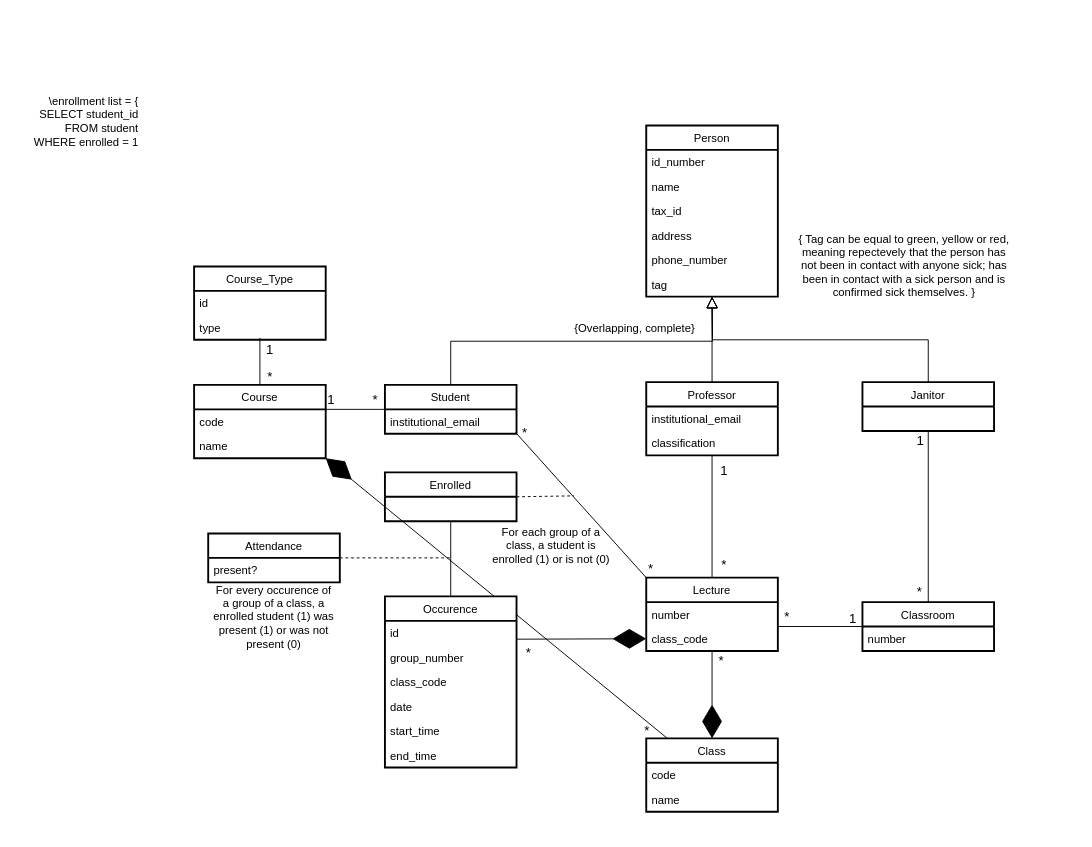
This is uml.drawio from maguinago/Covid-tracker, a draw.io file, before an edit. Source tidied: cells renumbered, new cells numbered last; positions are measured from the earlier drawing's top-left corner, leaving out a move shared by most shapes. Both pictures are drawn from the tidied source at 94%, with x=0, y=0 at pixel (16, 80).
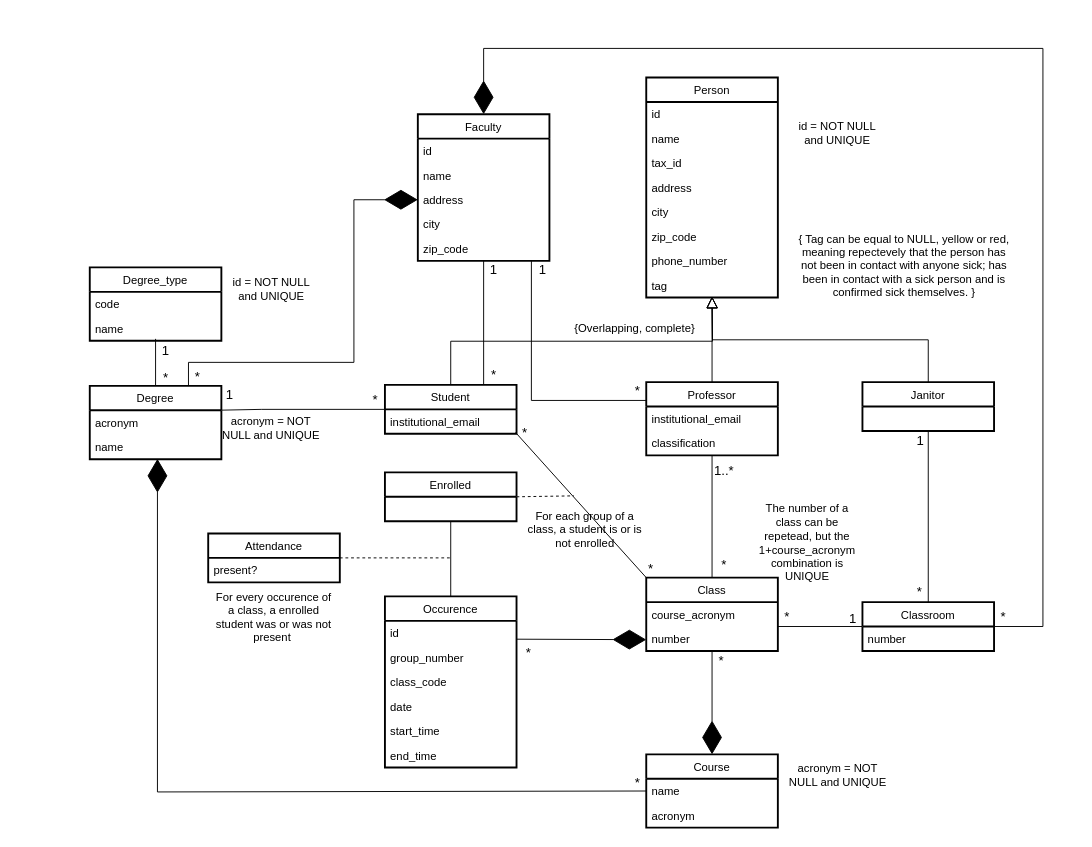
Above is the later version.

Change to the diagram source:
```diff
@@
-    <mxCell id="2" style="edgeStyle=none;rounded=0;jettySize=auto;html=1;exitX=1;exitY=1;exitDx=0;exitDy=0;endArrow=none;endFill=0;endSize=33;startArrow=diamondThin;startFill=1;startSize=33;" parent="1" edge="1" source="64" target="21">
-      <mxGeometry relative="1" as="geometry" />
+    <mxCell id="2" style="edgeStyle=orthogonalEdgeStyle;rounded=0;jettySize=auto;html=1;exitX=0.506;exitY=1.015;exitDx=0;exitDy=0;endArrow=none;endFill=0;endSize=33;startArrow=diamondThin;startFill=1;startSize=33;exitPerimeter=0;entryX=0;entryY=0.5;entryDx=0;entryDy=0;" parent="1" edge="1" target="23">
+      <mxGeometry relative="1" as="geometry">
+        <mxPoint x="150" y="402.7" as="sourcePoint" />
+        <Array as="points">
+          <mxPoint x="150" y="757" />
+          <mxPoint x="670" y="757" />
+        </Array>
+      </mxGeometry>
     </mxCell>
@@
-    <mxCell id="5" value="Person" style="swimlane;fontStyle=0;horizontal=1;startSize=26;strokeWidth=2;" parent="1" vertex="1">
-      <mxGeometry x="670" y="48" width="140" height="182" as="geometry" />
+    <mxCell id="5" value="Person" style="swimlane;fontStyle=0;horizontal=1;startSize=26;strokeWidth=2;swimlaneFillColor=#ffffff;" parent="1" vertex="1">
+      <mxGeometry x="670" y="-3" width="140" height="234" as="geometry" />
     </mxCell>
-    <mxCell id="6" value="id_number" style="text;align=left;verticalAlign=top;spacingLeft=4;spacingRight=4;overflow=hidden;" parent="5" vertex="1">
+    <mxCell id="6" value="id" style="text;align=left;verticalAlign=top;spacingLeft=4;spacingRight=4;overflow=hidden;" parent="5" vertex="1">
       <mxGeometry y="26" width="140" height="26" as="geometry" />
     </mxCell>
@@
+    <mxCell id="74" value="city" style="text;align=left;verticalAlign=top;spacingLeft=4;spacingRight=4;overflow=hidden;" parent="5" vertex="1">
+      <mxGeometry y="130" width="140" height="26" as="geometry" />
+    </mxCell>
+    <mxCell id="75" value="zip_code" style="text;align=left;verticalAlign=top;spacingLeft=4;spacingRight=4;overflow=hidden;" parent="5" vertex="1">
+      <mxGeometry y="156" width="140" height="26" as="geometry" />
+    </mxCell>
     <mxCell id="10" value="phone_number" style="text;align=left;verticalAlign=top;spacingLeft=4;spacingRight=4;overflow=hidden;" parent="5" vertex="1">
-      <mxGeometry y="130" width="140" height="26" as="geometry" />
+      <mxGeometry y="182" width="140" height="26" as="geometry" />
     </mxCell>
     <mxCell id="11" value="tag" style="text;align=left;verticalAlign=top;spacingLeft=4;spacingRight=4;overflow=hidden;" parent="5" vertex="1">
-      <mxGeometry y="156" width="140" height="26" as="geometry" />
+      <mxGeometry y="208" width="140" height="26" as="geometry" />
     </mxCell>
@@
-    <mxCell id="13" value="Student" style="swimlane;fontStyle=0;horizontal=1;startSize=26;strokeWidth=2;" parent="1" vertex="1">
+    <mxCell id="13" value="Student" style="swimlane;fontStyle=0;horizontal=1;startSize=26;strokeWidth=2;swimlaneFillColor=#ffffff;" parent="1" vertex="1">
       <mxGeometry x="392" y="324" width="140" height="52" as="geometry" />
     </mxCell>
@@
+    <mxCell id="76" style="edgeStyle=orthogonalEdgeStyle;rounded=0;jettySize=auto;html=1;exitX=0;exitY=0.25;exitDx=0;exitDy=0;entryX=0.863;entryY=0.972;entryDx=0;entryDy=0;entryPerimeter=0;endArrow=none;endFill=0;" parent="1" edge="1" source="17" target="87">
+      <mxGeometry relative="1" as="geometry" />
+    </mxCell>
-    <mxCell id="17" value="Professor" style="swimlane;fontStyle=0;horizontal=1;startSize=26;strokeWidth=2;" parent="1" vertex="1">
+    <mxCell id="17" value="Professor" style="swimlane;fontStyle=0;horizontal=1;startSize=26;strokeWidth=2;swimlaneFillColor=#ffffff;" parent="1" vertex="1">
       <mxGeometry x="670" y="321" width="140" height="78" as="geometry" />
     </mxCell>
@@
-    <mxCell id="20" value="Janitor" style="swimlane;fontStyle=0;horizontal=1;startSize=26;strokeWidth=2;" parent="1" vertex="1">
+    <mxCell id="20" value="Janitor" style="swimlane;fontStyle=0;horizontal=1;startSize=26;strokeWidth=2;swimlaneFillColor=#ffffff;" parent="1" vertex="1">
       <mxGeometry x="900" y="321" width="140" height="52" as="geometry" />
     </mxCell>
-    <mxCell id="21" value="Class" style="swimlane;fontStyle=0;horizontal=1;startSize=26;strokeWidth=2;" parent="1" vertex="1">
-      <mxGeometry x="670" y="700" width="140" height="78" as="geometry" />
+    <mxCell id="21" value="Course" style="swimlane;fontStyle=0;horizontal=1;startSize=26;strokeWidth=2;swimlaneFillColor=#ffffff;" parent="1" vertex="1">
+      <mxGeometry x="670" y="717" width="140" height="78" as="geometry" />
     </mxCell>
+    <mxCell id="23" value="name" style="text;align=left;verticalAlign=top;spacingLeft=4;spacingRight=4;overflow=hidden;points=[[0,0.5],[1,0.5]];portConstraint=eastwest;" parent="21" vertex="1">
+      <mxGeometry y="26" width="140" height="26" as="geometry" />
+    </mxCell>
-    <mxCell id="22" value="code" style="text;align=left;verticalAlign=top;spacingLeft=4;spacingRight=4;overflow=hidden;" parent="21" vertex="1">
-      <mxGeometry y="26" width="140" height="26" as="geometry" />
+    <mxCell id="22" value="acronym" style="text;align=left;verticalAlign=top;spacingLeft=4;spacingRight=4;overflow=hidden;" parent="21" vertex="1">
+      <mxGeometry y="52" width="140" height="26" as="geometry" />
     </mxCell>
-    <mxCell id="23" value="name" style="text;align=left;verticalAlign=top;spacingLeft=4;spacingRight=4;overflow=hidden;points=[[0,0.5],[1,0.5]];portConstraint=eastwest;" parent="21" vertex="1">
-      <mxGeometry y="52" width="140" height="26" as="geometry" />
-    </mxCell>
@@
-    <mxCell id="26" value="Lecture" style="swimlane;fontStyle=0;horizontal=1;startSize=26;strokeWidth=2;" parent="1" vertex="1">
+    <mxCell id="26" value="Class" style="swimlane;fontStyle=0;horizontal=1;startSize=26;strokeWidth=2;swimlaneFillColor=#ffffff;" parent="1" vertex="1">
       <mxGeometry x="670" y="529" width="140" height="78" as="geometry" />
     </mxCell>
+    <mxCell id="28" value="course_acronym" style="text;align=left;verticalAlign=top;spacingLeft=4;spacingRight=4;overflow=hidden;points=[[0,0.5],[1,0.5]];portConstraint=eastwest;" parent="26" vertex="1">
+      <mxGeometry y="26" width="140" height="26" as="geometry" />
+    </mxCell>
     <mxCell id="27" value="number" style="text;align=left;verticalAlign=top;spacingLeft=4;spacingRight=4;overflow=hidden;" parent="26" vertex="1">
-      <mxGeometry y="26" width="140" height="26" as="geometry" />
+      <mxGeometry y="52" width="140" height="26" as="geometry" />
     </mxCell>
-    <mxCell id="28" value="class_code" style="text;align=left;verticalAlign=top;spacingLeft=4;spacingRight=4;overflow=hidden;points=[[0,0.5],[1,0.5]];portConstraint=eastwest;" parent="26" vertex="1">
-      <mxGeometry y="52" width="140" height="26" as="geometry" />
-    </mxCell>
@@
-    <mxCell id="33" value="Classroom" style="swimlane;fontStyle=0;horizontal=1;startSize=26;strokeWidth=2;" parent="1" vertex="1">
+    <mxCell id="33" value="Classroom" style="swimlane;fontStyle=0;horizontal=1;startSize=26;strokeWidth=2;swimlaneFillColor=#ffffff;" parent="1" vertex="1">
       <mxGeometry x="900" y="555" width="140" height="52" as="geometry" />
     </mxCell>
@@
-    <mxCell id="40" style="edgeStyle=none;rounded=0;jettySize=auto;html=1;exitX=1;exitY=0.25;exitDx=0;exitDy=0;endArrow=diamondThin;endFill=1;fontSize=14;endSize=33;entryX=0;entryY=0.5;entryDx=0;entryDy=0;" parent="1" edge="1" source="41" target="28">
-      <mxGeometry relative="1" as="geometry" />
+    <mxCell id="40" style="edgeStyle=none;rounded=0;jettySize=auto;html=1;exitX=1;exitY=0.25;exitDx=0;exitDy=0;endArrow=diamondThin;endFill=1;fontSize=14;endSize=33;" parent="1" edge="1" source="41">
+      <mxGeometry relative="1" as="geometry">
+        <mxPoint x="670" y="595" as="targetPoint" />
+      </mxGeometry>
     </mxCell>
-    <mxCell id="41" value="Occurence" style="swimlane;fontStyle=0;horizontal=1;startSize=26;strokeWidth=2;" parent="1" vertex="1">
+    <mxCell id="41" value="Occurence" style="swimlane;fontStyle=0;horizontal=1;startSize=26;strokeWidth=2;swimlaneFillColor=#ffffff;" parent="1" vertex="1">
       <mxGeometry x="392" y="549" width="140" height="182" as="geometry" />
     </mxCell>
@@
-    <mxCell id="50" value="Attendance" style="swimlane;fontStyle=0;horizontal=1;startSize=26;strokeWidth=2;" parent="1" vertex="1">
+    <mxCell id="50" value="Attendance" style="swimlane;fontStyle=0;horizontal=1;startSize=26;strokeWidth=2;swimlaneFillColor=#ffffff;" parent="1" vertex="1">
       <mxGeometry x="204" y="482" width="140" height="52" as="geometry" />
     </mxCell>
@@
-    <mxCell id="52" value="{ Tag can be equal to green, yellow or red, meaning repectevely that the&amp;nbsp;person has not been in contact with anyone sick; has been in contact with a sick person and is confirmed sick themselves. }" style="text;html=1;strokeColor=none;fillColor=none;align=center;verticalAlign=middle;whiteSpace=wrap;rounded=0;" parent="1" vertex="1">
+    <mxCell id="52" value="{ Tag can be equal to NULL, yellow or red, meaning repectevely that the&amp;nbsp;person has not been in contact with anyone sick; has been in contact with a sick person and is confirmed sick themselves. }" style="text;html=1;strokeColor=none;fillColor=none;align=center;verticalAlign=middle;whiteSpace=wrap;rounded=0;" parent="1" vertex="1">
       <mxGeometry x="827" y="171" width="235" height="51" as="geometry" />
     </mxCell>
-    <mxCell id="53" value="For each group of a class, a student is enrolled (1) or is not (0)" style="text;html=1;strokeColor=none;fillColor=none;align=center;verticalAlign=middle;whiteSpace=wrap;rounded=0;" parent="1" vertex="1">
-      <mxGeometry x="503" y="469" width="132" height="51" as="geometry" />
+    <mxCell id="53" value="For each group of a class, a student is or is not enrolled" style="text;html=1;strokeColor=none;fillColor=none;align=center;verticalAlign=middle;whiteSpace=wrap;rounded=0;" parent="1" vertex="1">
+      <mxGeometry x="539" y="452" width="132" height="51" as="geometry" />
     </mxCell>
@@
-    <mxCell id="56" value="For every occurence of a group of a class, a enrolled student (1) was present (1) or was not present (0)" style="text;html=1;strokeColor=none;fillColor=none;align=center;verticalAlign=middle;whiteSpace=wrap;rounded=0;" parent="1" vertex="1">
+    <mxCell id="56" value="For every occurence of a class, a enrolled student was or was not present&amp;nbsp;" style="text;html=1;strokeColor=none;fillColor=none;align=center;verticalAlign=middle;whiteSpace=wrap;rounded=0;" parent="1" vertex="1">
       <mxGeometry x="208" y="545.5" width="132" height="51" as="geometry" />
     </mxCell>
-    <mxCell id="57" style="edgeStyle=orthogonalEdgeStyle;rounded=0;orthogonalLoop=1;jettySize=auto;html=1;endArrow=none;endFill=0;" parent="1" edge="1">
+    <mxCell id="57" style="edgeStyle=orthogonalEdgeStyle;rounded=0;jettySize=auto;html=1;endArrow=none;endFill=0;entryX=1.003;entryY=0.331;entryDx=0;entryDy=0;entryPerimeter=0;" parent="1" edge="1" target="64">
       <mxGeometry relative="1" as="geometry">
         <mxPoint x="392" y="350" as="sourcePoint" />
-        <mxPoint x="324" y="350" as="targetPoint" />
+        <Array as="points">
+          <mxPoint x="261" y="350" />
+        </Array>
       </mxGeometry>
     </mxCell>
-    <mxCell id="58" value="Course_Type" style="swimlane;fontStyle=0;horizontal=1;startSize=26;strokeWidth=2;" parent="1" vertex="1">
-      <mxGeometry x="189" y="198" width="140" height="78" as="geometry" />
+    <mxCell id="58" value="Degree_type" style="swimlane;fontStyle=0;horizontal=1;startSize=26;strokeWidth=2;swimlaneFillColor=#ffffff;" parent="1" vertex="1">
+      <mxGeometry x="78" y="199" width="140" height="78" as="geometry" />
     </mxCell>
-    <mxCell id="59" value="id" style="text;align=left;verticalAlign=top;spacingLeft=4;spacingRight=4;overflow=hidden;" parent="58" vertex="1">
+    <mxCell id="59" value="code" style="text;align=left;verticalAlign=top;spacingLeft=4;spacingRight=4;overflow=hidden;" parent="58" vertex="1">
       <mxGeometry y="26" width="140" height="26" as="geometry" />
     </mxCell>
-    <mxCell id="60" value="type" style="text;align=left;verticalAlign=top;spacingLeft=4;spacingRight=4;overflow=hidden;" parent="58" vertex="1">
+    <mxCell id="60" value="name" style="text;align=left;verticalAlign=top;spacingLeft=4;spacingRight=4;overflow=hidden;" parent="58" vertex="1">
       <mxGeometry y="52" width="140" height="26" as="geometry" />
     </mxCell>
@@
     <mxCell id="62" value="1" style="text;html=1;strokeColor=none;fillColor=none;align=center;verticalAlign=middle;whiteSpace=wrap;rounded=0;fontSize=14;" parent="1" vertex="1">
-      <mxGeometry x="333" y="335" width="4" height="10" as="geometry" />
+      <mxGeometry x="225" y="330" width="4" height="10" as="geometry" />
     </mxCell>
     <mxCell id="63" style="rounded=0;jettySize=auto;html=1;exitX=0.5;exitY=0;exitDx=0;exitDy=0;endArrow=none;endFill=0;" parent="1" edge="1" source="64">
       <mxGeometry relative="1" as="geometry">
-        <mxPoint x="259" y="274" as="targetPoint" />
+        <mxPoint x="148" y="275" as="targetPoint" />
       </mxGeometry>
     </mxCell>
-    <mxCell id="64" value="Course" style="swimlane;fontStyle=0;horizontal=1;startSize=26;strokeWidth=2;" parent="1" vertex="1">
-      <mxGeometry x="189" y="324" width="140" height="78" as="geometry" />
+    <mxCell id="64" value="Degree" style="swimlane;fontStyle=0;horizontal=1;startSize=26;strokeWidth=2;swimlaneFillColor=#ffffff;" parent="1" vertex="1">
+      <mxGeometry x="78" y="325" width="140" height="78" as="geometry" />
     </mxCell>
-    <mxCell id="65" value="code" style="text;align=left;verticalAlign=top;spacingLeft=4;spacingRight=4;overflow=hidden;" parent="64" vertex="1">
+    <mxCell id="65" value="acronym" style="text;align=left;verticalAlign=top;spacingLeft=4;spacingRight=4;overflow=hidden;" parent="64" vertex="1">
       <mxGeometry y="26" width="140" height="26" as="geometry" />
     </mxCell>
@@
     <mxCell id="67" value="1" style="text;html=1;strokeColor=none;fillColor=none;align=center;verticalAlign=middle;whiteSpace=wrap;rounded=0;fontSize=14;" parent="1" vertex="1">
-      <mxGeometry x="268" y="282" width="4" height="10" as="geometry" />
+      <mxGeometry x="157" y="283" width="4" height="10" as="geometry" />
     </mxCell>
     <mxCell id="68" value="*" style="text;html=1;strokeColor=none;fillColor=none;align=center;verticalAlign=middle;whiteSpace=wrap;rounded=0;fontSize=14;" parent="1" vertex="1">
-      <mxGeometry x="268" y="310" width="4" height="10" as="geometry" />
+      <mxGeometry x="157" y="311" width="4" height="10" as="geometry" />
     </mxCell>
-    <mxCell id="69" value="\enrollment list = {&lt;br&gt;SELECT student_id&lt;br&gt;FROM student&lt;br&gt;&lt;span&gt;WHERE enrolled = 1&lt;/span&gt;&lt;br&gt;&lt;div&gt;&lt;span&gt;&amp;nbsp;&lt;/span&gt;&lt;/div&gt;" style="text;html=1;strokeColor=none;fillColor=none;align=right;verticalAlign=middle;whiteSpace=wrap;rounded=0;" parent="1" vertex="1">
-      <mxGeometry width="132" height="101" as="geometry" />
-    </mxCell>
-    <mxCell id="70" value="1" style="text;html=1;strokeColor=none;fillColor=none;align=center;verticalAlign=middle;whiteSpace=wrap;rounded=0;fontSize=14;" parent="1" vertex="1">
+    <mxCell id="70" value="1..*" style="text;html=1;strokeColor=none;fillColor=none;align=center;verticalAlign=middle;whiteSpace=wrap;rounded=0;fontSize=14;" parent="1" vertex="1">
       <mxGeometry x="743" y="405" width="20" height="20" as="geometry" />
     </mxCell>
@@
-    <mxCell id="72" value="Enrolled" style="swimlane;fontStyle=0;horizontal=1;startSize=26;strokeWidth=2;" parent="1" vertex="1">
+    <mxCell id="72" value="Enrolled" style="swimlane;fontStyle=0;horizontal=1;startSize=26;strokeWidth=2;swimlaneFillColor=#ffffff;" parent="1" vertex="1">
       <mxGeometry x="392" y="417" width="140" height="52" as="geometry" />
     </mxCell>
     <mxCell id="73" value="*" style="text;html=1;strokeColor=none;fillColor=none;align=center;verticalAlign=middle;whiteSpace=wrap;rounded=0;fontSize=14;" parent="1" vertex="1">
-      <mxGeometry x="669" y="687" width="4" height="10" as="geometry" />
+      <mxGeometry x="659" y="742" width="4" height="10" as="geometry" />
     </mxCell>
+    <mxCell id="77" value="id = NOT NULL and UNIQUE" style="text;html=1;strokeColor=none;fillColor=none;align=center;verticalAlign=middle;whiteSpace=wrap;rounded=0;" parent="1" vertex="1">
+      <mxGeometry x="222.5" y="212" width="97" height="20" as="geometry" />
+    </mxCell>
+    <mxCell id="78" value="id = NOT NULL and UNIQUE" style="text;html=1;strokeColor=none;fillColor=none;align=center;verticalAlign=middle;whiteSpace=wrap;rounded=0;" parent="1" vertex="1">
+      <mxGeometry x="825" y="46" width="97" height="20" as="geometry" />
+    </mxCell>
+    <mxCell id="79" style="edgeStyle=orthogonalEdgeStyle;rounded=0;jettySize=auto;html=1;exitX=0.5;exitY=1;exitDx=0;exitDy=0;entryX=0.75;entryY=0;entryDx=0;entryDy=0;endArrow=none;endFill=0;" parent="1" edge="1" source="82" target="13">
+      <mxGeometry relative="1" as="geometry" />
+    </mxCell>
+    <mxCell id="80" style="edgeStyle=orthogonalEdgeStyle;rounded=0;jettySize=auto;html=1;exitX=0.5;exitY=0;exitDx=0;exitDy=0;entryX=1;entryY=0.5;entryDx=0;entryDy=0;endArrow=none;endFill=0;startArrow=diamondThin;startFill=1;startSize=33;" parent="1" edge="1" source="82" target="33">
+      <mxGeometry relative="1" as="geometry">
+        <Array as="points">
+          <mxPoint x="497" y="-34" />
+          <mxPoint x="1092" y="-34" />
+          <mxPoint x="1092" y="581" />
+        </Array>
+      </mxGeometry>
+    </mxCell>
+    <mxCell id="81" style="edgeStyle=orthogonalEdgeStyle;rounded=0;jettySize=auto;html=1;exitX=0;exitY=0.5;exitDx=0;exitDy=0;entryX=0.75;entryY=0;entryDx=0;entryDy=0;startArrow=diamondThin;startFill=1;startSize=33;endArrow=none;endFill=0;" parent="1" edge="1" source="85" target="64">
+      <mxGeometry relative="1" as="geometry">
+        <Array as="points">
+          <mxPoint x="359" y="127" />
+          <mxPoint x="359" y="300" />
+          <mxPoint x="183" y="300" />
+        </Array>
+      </mxGeometry>
+    </mxCell>
+    <mxCell id="82" value="Faculty" style="swimlane;fontStyle=0;horizontal=1;startSize=26;strokeWidth=2;swimlaneFillColor=#ffffff;" parent="1" vertex="1">
+      <mxGeometry x="427" y="36" width="140" height="156" as="geometry" />
+    </mxCell>
+    <mxCell id="83" value="id" style="text;align=left;verticalAlign=top;spacingLeft=4;spacingRight=4;overflow=hidden;" parent="82" vertex="1">
+      <mxGeometry y="26" width="140" height="26" as="geometry" />
+    </mxCell>
+    <mxCell id="84" value="name" style="text;align=left;verticalAlign=top;spacingLeft=4;spacingRight=4;overflow=hidden;" parent="82" vertex="1">
+      <mxGeometry y="52" width="140" height="26" as="geometry" />
+    </mxCell>
+    <mxCell id="85" value="address" style="text;align=left;verticalAlign=top;spacingLeft=4;spacingRight=4;overflow=hidden;points=[[0,0.5],[1,0.5]];portConstraint=eastwest;" parent="82" vertex="1">
+      <mxGeometry y="78" width="140" height="26" as="geometry" />
+    </mxCell>
+    <mxCell id="86" value="city" style="text;align=left;verticalAlign=top;spacingLeft=4;spacingRight=4;overflow=hidden;" parent="82" vertex="1">
+      <mxGeometry y="104" width="140" height="26" as="geometry" />
+    </mxCell>
+    <mxCell id="87" value="zip_code" style="text;align=left;verticalAlign=top;spacingLeft=4;spacingRight=4;overflow=hidden;points=[[0,0.5],[1,0.5]];portConstraint=eastwest;" parent="82" vertex="1">
+      <mxGeometry y="130" width="140" height="26" as="geometry" />
+    </mxCell>
+    <mxCell id="88" value="acronym = NOT NULL and UNIQUE" style="text;html=1;strokeColor=none;fillColor=none;align=center;verticalAlign=middle;whiteSpace=wrap;rounded=0;" parent="1" vertex="1">
+      <mxGeometry x="818.5" y="729" width="110" height="20" as="geometry" />
+    </mxCell>
+    <mxCell id="89" value="The number of a class can be repetead, but the 1+course_acronym combination is UNIQUE" style="text;html=1;strokeColor=none;fillColor=none;align=center;verticalAlign=middle;whiteSpace=wrap;rounded=0;" parent="1" vertex="1">
+      <mxGeometry x="783" y="482" width="117" height="20" as="geometry" />
+    </mxCell>
+    <mxCell id="90" value="*" style="text;html=1;strokeColor=none;fillColor=none;align=center;verticalAlign=middle;whiteSpace=wrap;rounded=0;fontSize=14;" parent="1" vertex="1">
+      <mxGeometry x="659" y="325" width="4" height="10" as="geometry" />
+    </mxCell>
+    <mxCell id="91" value="1" style="text;html=1;strokeColor=none;fillColor=none;align=center;verticalAlign=middle;whiteSpace=wrap;rounded=0;fontSize=14;" parent="1" vertex="1">
+      <mxGeometry x="550" y="192" width="20" height="20" as="geometry" />
+    </mxCell>
+    <mxCell id="92" value="1" style="text;html=1;strokeColor=none;fillColor=none;align=center;verticalAlign=middle;whiteSpace=wrap;rounded=0;fontSize=14;" parent="1" vertex="1">
+      <mxGeometry x="498" y="192" width="20" height="20" as="geometry" />
+    </mxCell>
+    <mxCell id="93" value="*" style="text;html=1;strokeColor=none;fillColor=none;align=center;verticalAlign=middle;whiteSpace=wrap;rounded=0;fontSize=14;" parent="1" vertex="1">
+      <mxGeometry x="506" y="308" width="4" height="10" as="geometry" />
+    </mxCell>
+    <mxCell id="94" value="*" style="text;html=1;strokeColor=none;fillColor=none;align=center;verticalAlign=middle;whiteSpace=wrap;rounded=0;fontSize=14;" parent="1" vertex="1">
+      <mxGeometry x="1040" y="561" width="20" height="20" as="geometry" />
+    </mxCell>
+    <mxCell id="95" value="acronym = NOT NULL and UNIQUE&lt;br&gt;" style="text;html=1;strokeColor=none;fillColor=none;align=center;verticalAlign=middle;whiteSpace=wrap;rounded=0;" parent="1" vertex="1">
+      <mxGeometry x="216" y="360" width="110" height="20" as="geometry" />
+    </mxCell>
+    <mxCell id="96" value="*" style="text;html=1;strokeColor=none;fillColor=none;align=center;verticalAlign=middle;whiteSpace=wrap;rounded=0;fontSize=14;" parent="1" vertex="1">
+      <mxGeometry x="191" y="310" width="4" height="10" as="geometry" />
+    </mxCell>
```
